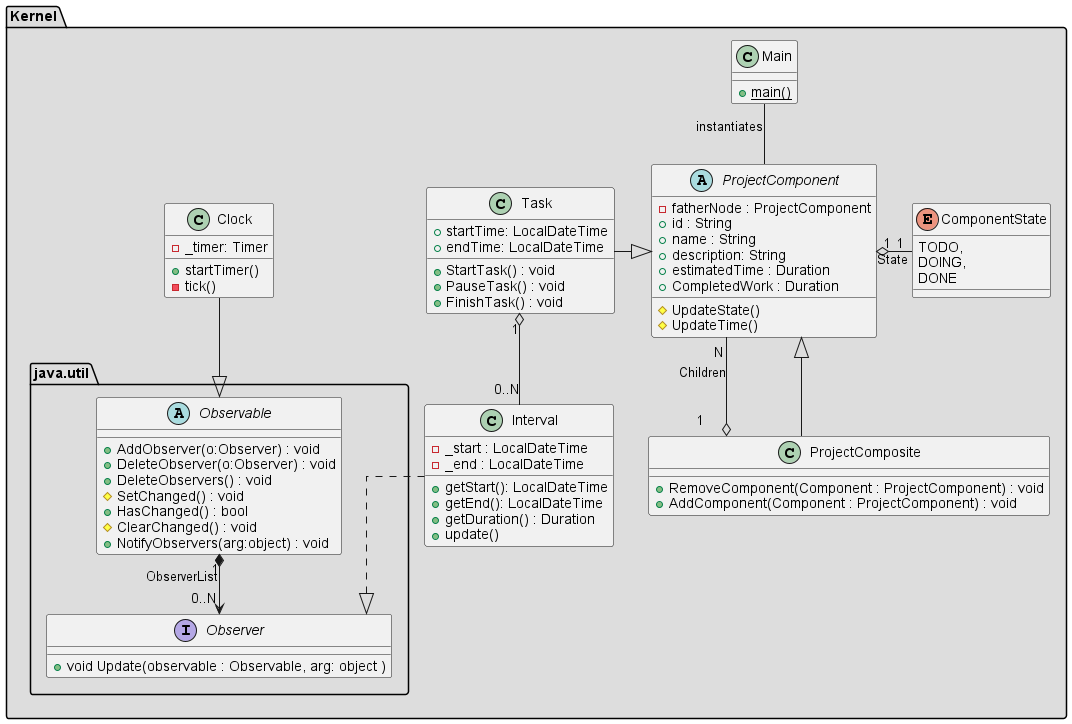
Above: UML/ClassDiagram.png in 1533545/DS (PlantUML), before the change.
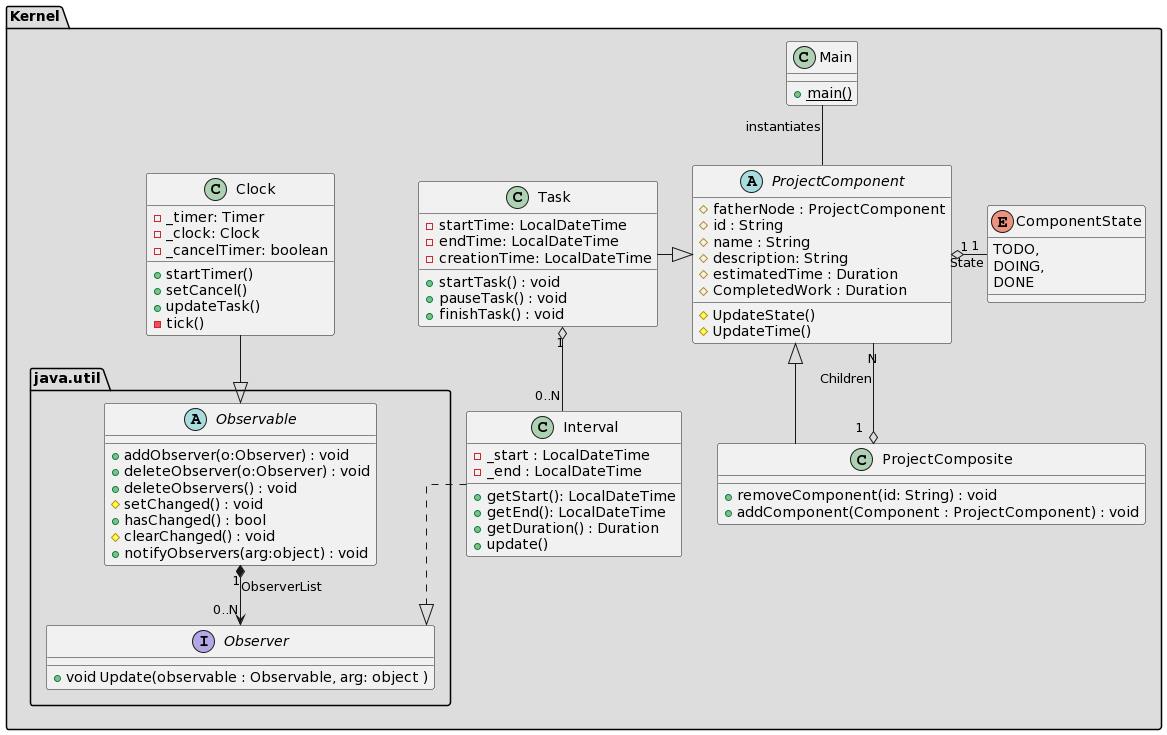
The same file after the commit.

The edit, as a diff of the source:
```diff
@@ -1,5 +1,4 @@
 @startuml
-
 skinparam linetype ortho
 
 
@@ -10,27 +9,28 @@
   }
 
   Abstract ProjectComponent {
-      -fatherNode : ProjectComponent
-      +id : String
-      +name : String
-      +description: String
-      +estimatedTime : Duration
-      +CompletedWork : Duration
+      #fatherNode : ProjectComponent
+      #id : String
+      #name : String
+      #description: String
+      #estimatedTime : Duration
+      #CompletedWork : Duration
       #UpdateState()
       #UpdateTime()
   }
 
   class ProjectComposite {
-     +RemoveComponent(Component : ProjectComponent) : void
-     +AddComponent(Component : ProjectComponent) : void
+     +removeComponent(id: String) : void
+     +addComponent(Component : ProjectComponent) : void
    }
 
   class Task {
-    +startTime: LocalDateTime
-    +endTime: LocalDateTime
-    +StartTask() : void
-    +PauseTask() : void
-    +FinishTask() : void
+    -startTime: LocalDateTime
+    -endTime: LocalDateTime
+    -creationTime: LocalDateTime
+    +startTask() : void
+    +pauseTask() : void
+    +finishTask() : void
   }
 
   enum ComponentState {
@@ -50,7 +50,11 @@
 
   class Clock{
   -_timer: Timer
+  - _clock: Clock
+  -_cancelTimer: boolean
   +startTimer()
+  +setCancel()
+  +updateTask()
   -tick()
 
   }
@@ -58,13 +62,13 @@
   package "java.util"
   {
       abstract Observable {
-        +AddObserver(o:Observer) : void
-        +DeleteObserver(o:Observer) : void
-        +DeleteObservers() : void
-        #SetChanged() : void
-        +HasChanged() : bool
-        #ClearChanged() : void
-        +NotifyObservers(arg:object) : void
+        +addObserver(o:Observer) : void
+        +deleteObserver(o:Observer) : void
+        +deleteObservers() : void
+        #setChanged() : void
+        +hasChanged() : bool
+        #clearChanged() : void
+        +notifyObservers(arg:object) : void
       }
       interface Observer
       {
@@ -83,5 +87,4 @@
   Interval ..|> Observer
   Main -- ProjectComponent: "instantiates"
   Clock --|> Observable
-
 @enduml
```
